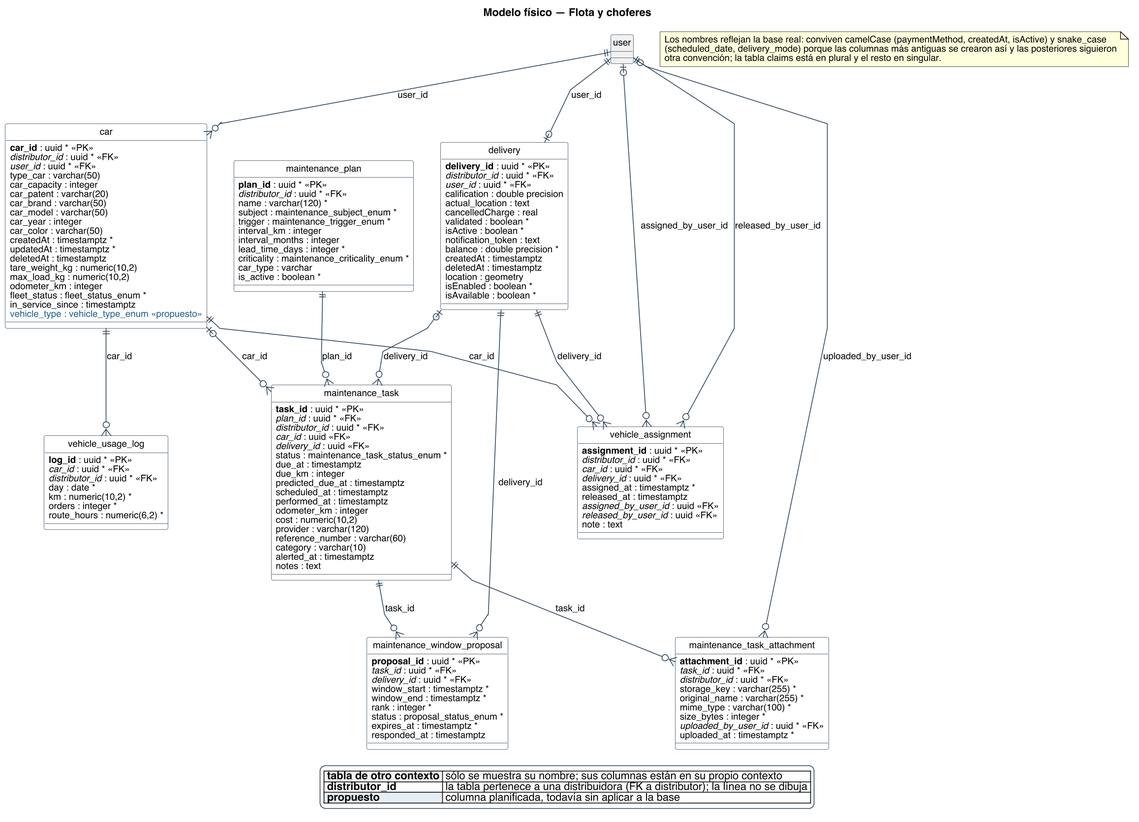
Nahuelito-Dev/splg-docs keeps this PlantUML diagram as diagramas/base-de-datos/fisico/SPLG-fisico-07-flota-y-choferes.png. Above is the earlier version. Its diagram source:
```plantuml
@startuml
title Modelo físico — Flota y choferes
skinparam backgroundColor #FFFFFF
skinparam shadowing false
skinparam defaultFontName Helvetica
skinparam defaultFontSize 12
skinparam dpi 150
skinparam class {
  BorderColor #2C4257
  BackgroundColor #FFFFFF
  ArrowColor #2C4257
  FontSize 12
}
skinparam entity<<ajena>> {
  BackgroundColor #F1F1F1
  BorderColor #8A97A3
  FontColor #55616C
}
skinparam class<<propuesto>> {
  BorderColor #1F5E8C
  BackgroundColor #E4EDF4
}
skinparam legendBackgroundColor #FFFFFF
skinparam legendBorderColor #2C4257

hide circle
skinparam linetype polyline

entity "maintenance_plan" as e_maintenance_plan {
  {field} **plan_id** : uuid * <<PK>>
  {field} //distributor_id// : uuid * <<FK>>
  {field} name : varchar(120) *
  {field} subject : maintenance_subject_enum *
  {field} trigger : maintenance_trigger_enum *
  {field} interval_km : integer
  {field} interval_months : integer
  {field} lead_time_days : integer *
  {field} criticality : maintenance_criticality_enum *
  {field} car_type : varchar
  {field} is_active : boolean *
}
entity "car" as e_car {
  {field} **car_id** : uuid * <<PK>>
  {field} //distributor_id// : uuid * <<FK>>
  {field} //user_id// : uuid * <<FK>>
  {field} type_car : varchar(50)
  {field} car_capacity : integer
  {field} car_patent : varchar(20)
  {field} car_brand : varchar(50)
  {field} car_model : varchar(50)
  {field} car_year : integer
  {field} car_color : varchar(50)
  {field} createdAt : timestamptz *
  {field} updatedAt : timestamptz *
  {field} deletedAt : timestamptz
  {field} tare_weight_kg : numeric(10,2)
  {field} max_load_kg : numeric(10,2)
  {field} odometer_km : integer
  {field} fleet_status : fleet_status_enum *
  {field} in_service_since : timestamptz
  {field} <color:#1F5E8C>vehicle_type : vehicle_type_enum <<propuesto>></color>
}
entity "delivery" as e_delivery {
  {field} **delivery_id** : uuid * <<PK>>
  {field} //distributor_id// : uuid * <<FK>>
  {field} //user_id// : uuid * <<FK>>
  {field} calification : double precision
  {field} actual_location : text
  {field} cancelledCharge : real
  {field} validated : boolean *
  {field} isActive : boolean *
  {field} notification_token : text
  {field} balance : double precision *
  {field} createdAt : timestamptz
  {field} deletedAt : timestamptz
  {field} location : geometry
  {field} isEnabled : boolean *
  {field} isAvailable : boolean *
}
entity "maintenance_task" as e_maintenance_task {
  {field} **task_id** : uuid * <<PK>>
  {field} //plan_id// : uuid * <<FK>>
  {field} //distributor_id// : uuid * <<FK>>
  {field} //car_id// : uuid <<FK>>
  {field} //delivery_id// : uuid <<FK>>
  {field} status : maintenance_task_status_enum *
  {field} due_at : timestamptz
  {field} due_km : integer
  {field} predicted_due_at : timestamptz
  {field} scheduled_at : timestamptz
  {field} performed_at : timestamptz
  {field} odometer_km : integer
  {field} cost : numeric(10,2)
  {field} provider : varchar(120)
  {field} reference_number : varchar(60)
  {field} category : varchar(10)
  {field} alerted_at : timestamptz
  {field} notes : text
}
entity "vehicle_assignment" as e_vehicle_assignment {
  {field} **assignment_id** : uuid * <<PK>>
  {field} //distributor_id// : uuid * <<FK>>
  {field} //car_id// : uuid * <<FK>>
  {field} //delivery_id// : uuid * <<FK>>
  {field} assigned_at : timestamptz *
  {field} released_at : timestamptz
  {field} //assigned_by_user_id// : uuid <<FK>>
  {field} //released_by_user_id// : uuid <<FK>>
  {field} note : text
}
entity "vehicle_usage_log" as e_vehicle_usage_log {
  {field} **log_id** : uuid * <<PK>>
  {field} //car_id// : uuid * <<FK>>
  {field} //distributor_id// : uuid * <<FK>>
  {field} day : date *
  {field} km : numeric(10,2) *
  {field} orders : integer *
  {field} route_hours : numeric(6,2) *
}
entity "maintenance_task_attachment" as e_maintenance_task_attachment {
  {field} **attachment_id** : uuid * <<PK>>
  {field} //task_id// : uuid * <<FK>>
  {field} //distributor_id// : uuid * <<FK>>
  {field} storage_key : varchar(255) *
  {field} original_name : varchar(255) *
  {field} mime_type : varchar(100) *
  {field} size_bytes : integer *
  {field} //uploaded_by_user_id// : uuid * <<FK>>
  {field} uploaded_at : timestamptz *
}
entity "maintenance_window_proposal" as e_maintenance_window_proposal {
  {field} **proposal_id** : uuid * <<PK>>
  {field} //task_id// : uuid * <<FK>>
  {field} //delivery_id// : uuid * <<FK>>
  {field} window_start : timestamptz *
  {field} window_end : timestamptz *
  {field} rank : integer *
  {field} status : proposal_status_enum *
  {field} expires_at : timestamptz *
  {field} responded_at : timestamptz
}
entity "user" as e_user #F1F1F1 {
}

e_user ||--o{ e_car : user_id
e_user ||--o| e_delivery : user_id
e_car |o--o{ e_maintenance_task : car_id
e_delivery |o--o{ e_maintenance_task : delivery_id
e_maintenance_plan ||--o{ e_maintenance_task : plan_id
e_user |o--o{ e_vehicle_assignment : assigned_by_user_id
e_car ||--o{ e_vehicle_assignment : car_id
e_delivery ||--o{ e_vehicle_assignment : delivery_id
e_user |o--o{ e_vehicle_assignment : released_by_user_id
e_car ||--o{ e_vehicle_usage_log : car_id
e_maintenance_task ||--o{ e_maintenance_task_attachment : task_id
e_user ||--o{ e_maintenance_task_attachment : uploaded_by_user_id
e_delivery ||--o{ e_maintenance_window_proposal : delivery_id
e_maintenance_task ||--o{ e_maintenance_window_proposal : task_id

legend bottom
|<#F1F1F1> **tabla de otro contexto** | sólo se muestra su nombre; sus columnas están en su propio contexto |
|<#FFFFFF> **distributor_id** | la tabla pertenece a una distribuidora (FK a distributor); la línea no se dibuja |
|<#E4EDF4> **propuesto** | columna planificada, todavía sin aplicar a la base |
endlegend
note as N
  Los nombres reflejan la base real: conviven camelCase (paymentMethod, createdAt, isActive) y snake_case
  (scheduled_date, delivery_mode) porque las columnas más antiguas se crearon así y las posteriores siguieron
  otra convención; la tabla claims está en plural y el resto en singular.
end note
@enduml
```
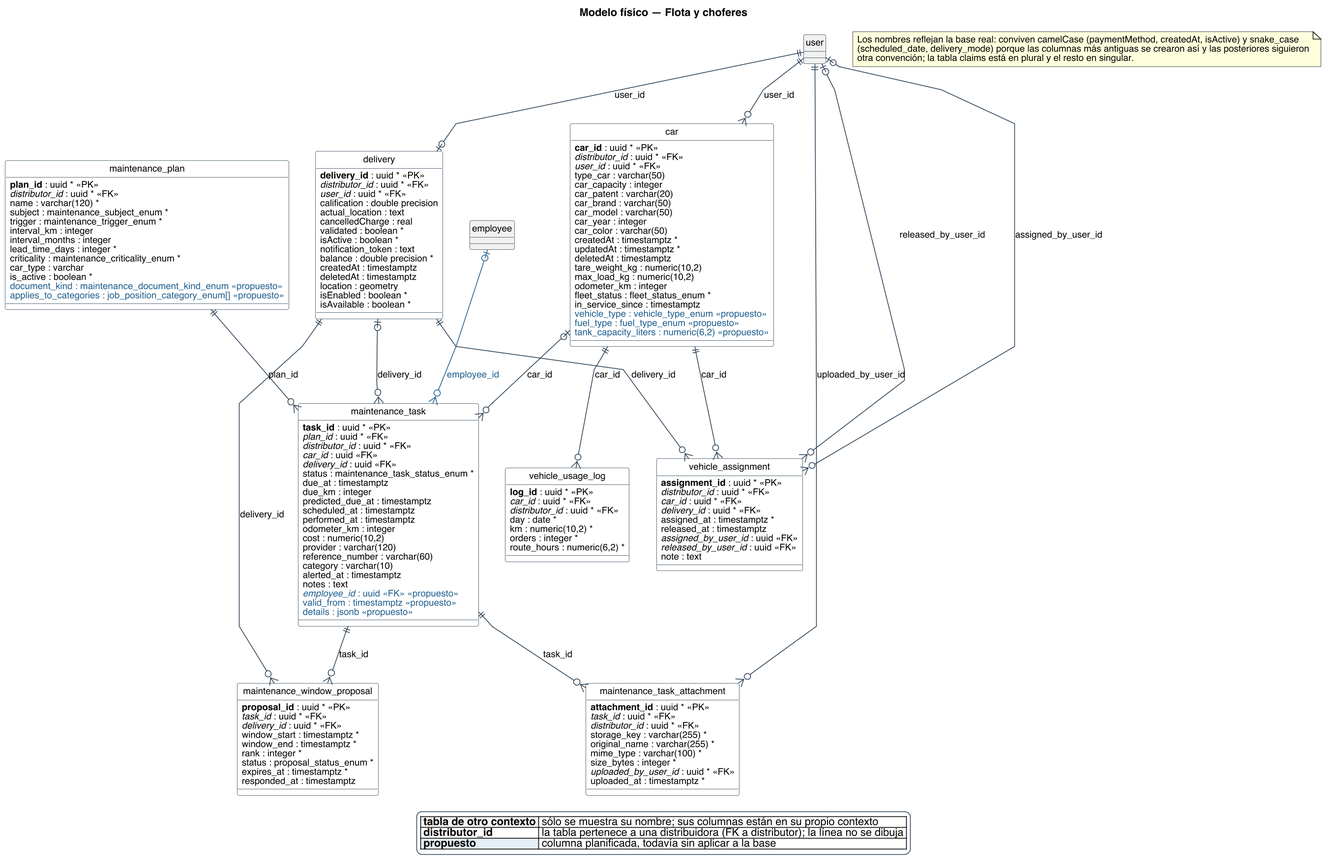
The same file after the commit.

The edit, as a diff of the source:
```diff
@@ -20,6 +20,10 @@
   BorderColor #1F5E8C
   BackgroundColor #E4EDF4
 }
+skinparam entity<<propuesto>> {
+  BorderColor #1F5E8C
+  BackgroundColor #E4EDF4
+}
 skinparam legendBackgroundColor #FFFFFF
 skinparam legendBorderColor #2C4257
 
@@ -38,6 +42,8 @@
   {field} criticality : maintenance_criticality_enum *
   {field} car_type : varchar
   {field} is_active : boolean *
+  {field} <color:#1F5E8C>document_kind : maintenance_document_kind_enum <<propuesto>></color>
+  {field} <color:#1F5E8C>applies_to_categories : job_position_category_enum[] <<propuesto>></color>
 }
 entity "car" as e_car {
   {field} **car_id** : uuid * <<PK>>
@@ -59,6 +65,8 @@
   {field} fleet_status : fleet_status_enum *
   {field} in_service_since : timestamptz
   {field} <color:#1F5E8C>vehicle_type : vehicle_type_enum <<propuesto>></color>
+  {field} <color:#1F5E8C>fuel_type : fuel_type_enum <<propuesto>></color>
+  {field} <color:#1F5E8C>tank_capacity_liters : numeric(6,2) <<propuesto>></color>
 }
 entity "delivery" as e_delivery {
   {field} **delivery_id** : uuid * <<PK>>
@@ -96,6 +104,9 @@
   {field} category : varchar(10)
   {field} alerted_at : timestamptz
   {field} notes : text
+  {field} <color:#1F5E8C>//employee_id// : uuid <<FK>> <<propuesto>></color>
+  {field} <color:#1F5E8C>valid_from : timestamptz <<propuesto>></color>
+  {field} <color:#1F5E8C>details : jsonb <<propuesto>></color>
 }
 entity "vehicle_assignment" as e_vehicle_assignment {
   {field} **assignment_id** : uuid * <<PK>>
@@ -141,12 +152,15 @@
 }
 entity "user" as e_user #F1F1F1 {
 }
+entity "employee" as e_employee #F1F1F1 {
+}
 
 e_user ||--o{ e_car : user_id
 e_user ||--o| e_delivery : user_id
 e_car |o--o{ e_maintenance_task : car_id
 e_delivery |o--o{ e_maintenance_task : delivery_id
 e_maintenance_plan ||--o{ e_maintenance_task : plan_id
+e_employee |o--o{ e_maintenance_task #line:1F5E8C;text:1F5E8C : employee_id
 e_user |o--o{ e_vehicle_assignment : assigned_by_user_id
 e_car ||--o{ e_vehicle_assignment : car_id
 e_delivery ||--o{ e_vehicle_assignment : delivery_id
```
